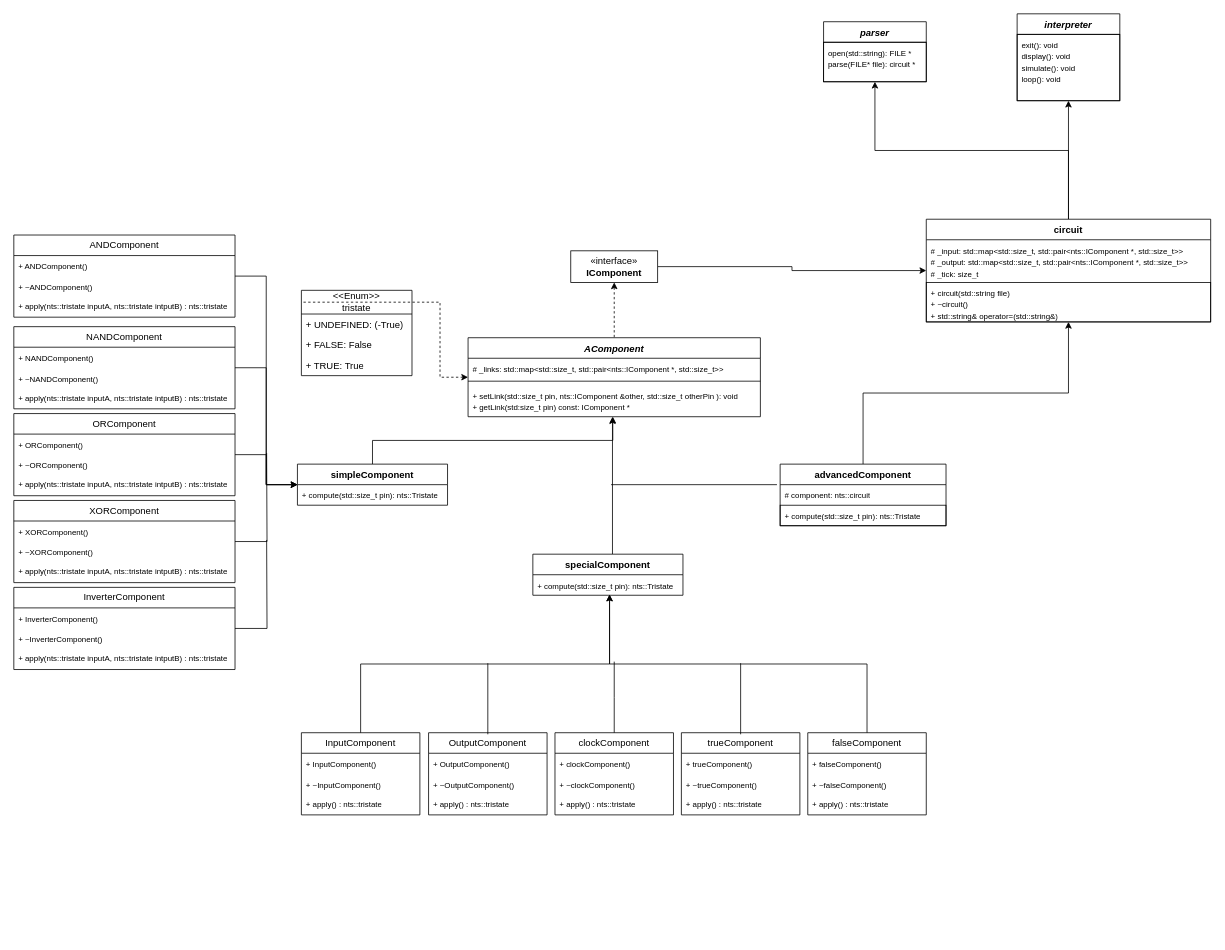
This is diagram/Class_diagram.drawio from Shin-gema/Nano_diagram, a draw.io file, before an edit. Source tidied: cells renumbered, new cells numbered last; positions are measured from the earlier drawing's top-left corner, leaving out a move shared by most shapes. Both pictures are drawn from the tidied source at 79%, with x=0, y=0 at pixel (13, 13).
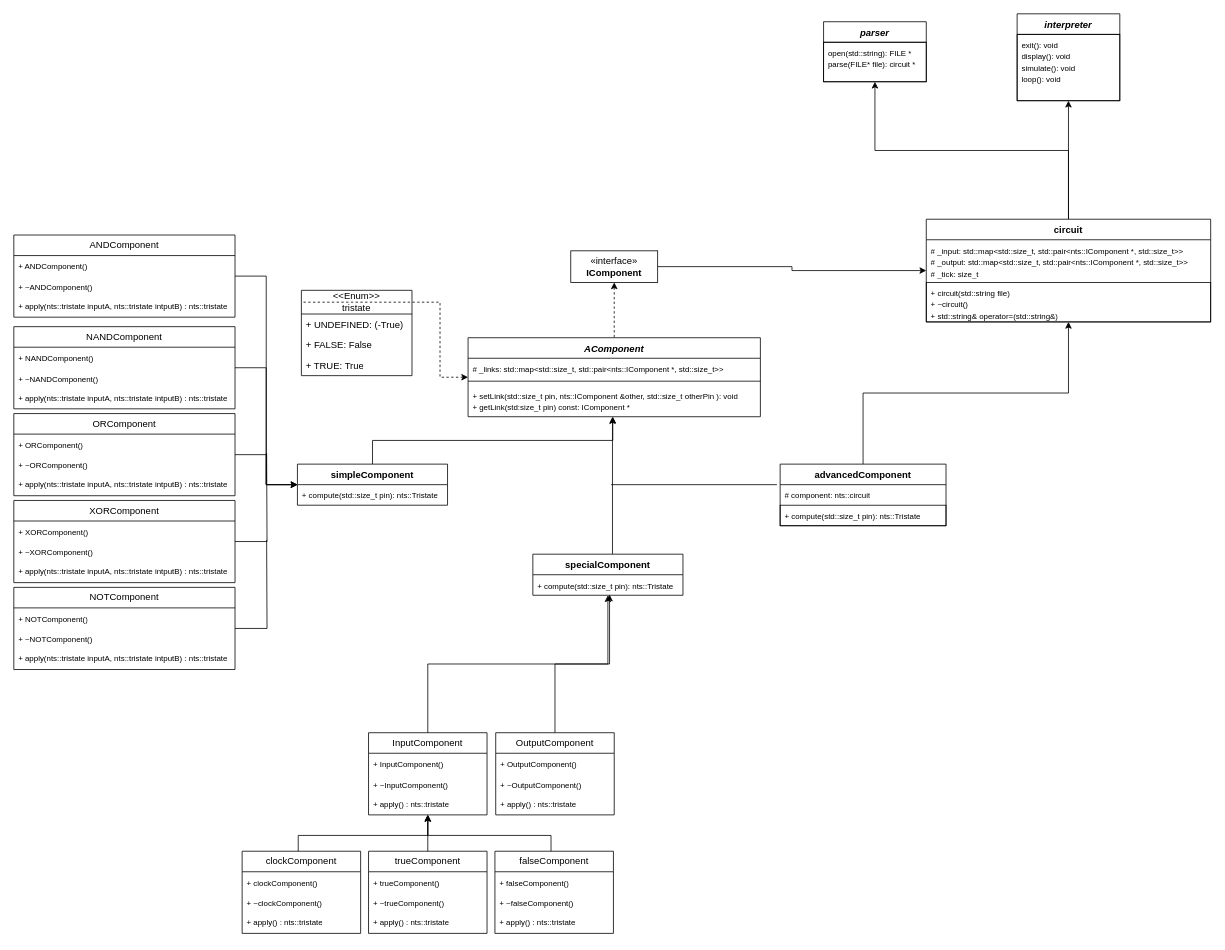
The same diagram, later.

Commit message:
Mettre à jour Class_diagram.drawio

Unchanged cells that the change refers to:
```xml
<mxCell id="43" value="specialComponent" style="swimlane;fontStyle=1;align=center;verticalAlign=top;horizontal=1;startSize=26;whiteSpace=wrap;html=1;" parent="1" vertex="1">
  <mxGeometry x="657" y="684" width="190" height="52" as="geometry" />
</mxCell>
<mxCell id="44" value="&lt;font style=&quot;font-size: 10px;&quot;&gt;+ compute(std::size_t pin):&amp;nbsp;nts::Tristate&lt;/font&gt;" style="text;strokeColor=none;fillColor=none;align=left;verticalAlign=top;spacingLeft=4;spacingRight=4;overflow=hidden;points=[[0,0.5],[1,0.5]];portConstraint=eastwest;whiteSpace=wrap;html=1;" parent="43" vertex="1">
  <mxGeometry y="26" width="190" height="26" as="geometry" />
</mxCell>
```

Diff of the diagram source:
```diff
@@
-    <mxCell id="38" value="InverterComponent" style="swimlane;fontStyle=0;horizontal=1;startSize=26;fillColor=none;whiteSpace=wrap;html=1;" parent="1" vertex="1">
+    <mxCell id="38" value="NOTComponent" style="swimlane;fontStyle=0;horizontal=1;startSize=26;fillColor=none;whiteSpace=wrap;html=1;" parent="1" vertex="1">
       <mxGeometry y="726" width="280" height="104" as="geometry" />
     </mxCell>
-    <mxCell id="39" value="&lt;font style=&quot;font-size: 10px;&quot;&gt;+ InverterComponent()&lt;/font&gt;" style="text;strokeColor=none;fillColor=none;align=left;verticalAlign=top;spacingLeft=4;spacingRight=4;overflow=hidden;whiteSpace=wrap;html=1;" parent="38" vertex="1">
+    <mxCell id="39" value="&lt;font style=&quot;font-size: 10px;&quot;&gt;+ NOTComponent()&lt;/font&gt;" style="text;strokeColor=none;fillColor=none;align=left;verticalAlign=top;spacingLeft=4;spacingRight=4;overflow=hidden;whiteSpace=wrap;html=1;" parent="38" vertex="1">
       <mxGeometry y="26" width="280" height="26" as="geometry" />
     </mxCell>
-    <mxCell id="40" value="&lt;font style=&quot;font-size: 10px;&quot;&gt;+ ~InverterComponent()&lt;/font&gt;" style="text;strokeColor=none;fillColor=none;align=left;verticalAlign=top;spacingLeft=4;spacingRight=4;overflow=hidden;whiteSpace=wrap;html=1;" parent="38" vertex="1">
+    <mxCell id="40" value="&lt;font style=&quot;font-size: 10px;&quot;&gt;+ ~NOTComponent()&lt;/font&gt;" style="text;strokeColor=none;fillColor=none;align=left;verticalAlign=top;spacingLeft=4;spacingRight=4;overflow=hidden;whiteSpace=wrap;html=1;" parent="38" vertex="1">
       <mxGeometry y="52" width="280" height="26" as="geometry" />
     </mxCell>
@@
     <mxCell id="45" value="InputComponent" style="swimlane;fontStyle=0;horizontal=1;startSize=26;fillColor=none;whiteSpace=wrap;html=1;" parent="1" vertex="1">
-      <mxGeometry x="364" y="910" width="150" height="104" as="geometry" />
+      <mxGeometry x="449" y="910" width="150" height="104" as="geometry" />
     </mxCell>
@@
-    <mxCell id="49" style="edgeStyle=orthogonalEdgeStyle;rounded=0;orthogonalLoop=1;jettySize=auto;html=1;endArrow=none;endFill=0;" parent="1" edge="1">
-      <mxGeometry relative="1" as="geometry">
-        <mxPoint x="600" y="912" as="sourcePoint" />
-        <mxPoint x="600" y="822" as="targetPoint" />
-      </mxGeometry>
-    </mxCell>
+    <mxCell id="84" style="edgeStyle=orthogonalEdgeStyle;rounded=0;jettySize=auto;html=1;" parent="1" edge="1" source="50" target="43">
+      <mxGeometry relative="1" as="geometry" />
+    </mxCell>
     <mxCell id="50" value="OutputComponent" style="swimlane;fontStyle=0;horizontal=1;startSize=26;fillColor=none;whiteSpace=wrap;html=1;" parent="1" vertex="1">
-      <mxGeometry x="525" y="910" width="150" height="104" as="geometry" />
+      <mxGeometry x="610" y="910" width="150" height="104" as="geometry" />
     </mxCell>
@@
-    <mxCell id="54" style="edgeStyle=orthogonalEdgeStyle;rounded=0;jettySize=auto;html=1;endArrow=none;endFill=0;" parent="1" edge="1" source="55">
-      <mxGeometry relative="1" as="geometry">
-        <mxPoint x="760" y="820" as="targetPoint" />
-      </mxGeometry>
-    </mxCell>
+    <mxCell id="85" style="edgeStyle=orthogonalEdgeStyle;rounded=0;jettySize=auto;html=1;" parent="1" edge="1" source="55" target="45">
+      <mxGeometry relative="1" as="geometry">
+        <Array as="points">
+          <mxPoint x="360" y="1040" />
+          <mxPoint x="524" y="1040" />
+        </Array>
+      </mxGeometry>
+    </mxCell>
     <mxCell id="55" value="clockComponent" style="swimlane;fontStyle=0;horizontal=1;startSize=26;fillColor=none;whiteSpace=wrap;html=1;" parent="1" vertex="1">
-      <mxGeometry x="685" y="910" width="150" height="104" as="geometry" />
+      <mxGeometry x="289" y="1060" width="150" height="104" as="geometry" />
     </mxCell>
@@
-    <mxCell id="59" style="edgeStyle=orthogonalEdgeStyle;rounded=0;orthogonalLoop=1;jettySize=auto;html=1;endArrow=none;endFill=0;" parent="1" edge="1">
-      <mxGeometry relative="1" as="geometry">
-        <mxPoint x="920" y="912" as="sourcePoint" />
-        <mxPoint x="920" y="822" as="targetPoint" />
-      </mxGeometry>
-    </mxCell>
+    <mxCell id="86" style="edgeStyle=orthogonalEdgeStyle;rounded=0;jettySize=auto;html=1;" parent="1" edge="1" source="60" target="45">
+      <mxGeometry relative="1" as="geometry" />
+    </mxCell>
     <mxCell id="60" value="trueComponent" style="swimlane;fontStyle=0;horizontal=1;startSize=26;fillColor=none;whiteSpace=wrap;html=1;" parent="1" vertex="1">
-      <mxGeometry x="845" y="910" width="150" height="104" as="geometry" />
+      <mxGeometry x="449" y="1060" width="150" height="104" as="geometry" />
     </mxCell>
@@
+    <mxCell id="87" style="edgeStyle=orthogonalEdgeStyle;rounded=0;jettySize=auto;html=1;" parent="1" edge="1" source="64" target="45">
+      <mxGeometry relative="1" as="geometry">
+        <Array as="points">
+          <mxPoint x="680" y="1040" />
+          <mxPoint x="524" y="1040" />
+        </Array>
+      </mxGeometry>
+    </mxCell>
     <mxCell id="64" value="falseComponent" style="swimlane;fontStyle=0;horizontal=1;startSize=26;fillColor=none;whiteSpace=wrap;html=1;" parent="1" vertex="1">
-      <mxGeometry x="1005" y="910" width="150" height="104" as="geometry" />
+      <mxGeometry x="609" y="1060" width="150" height="104" as="geometry" />
     </mxCell>
@@
-    <mxCell id="69" style="edgeStyle=orthogonalEdgeStyle;rounded=0;jettySize=auto;html=1;entryX=0.511;entryY=0.967;entryDx=0;entryDy=0;entryPerimeter=0;" parent="1" edge="1" source="64" target="44">
-      <mxGeometry relative="1" as="geometry" />
-    </mxCell>
```
